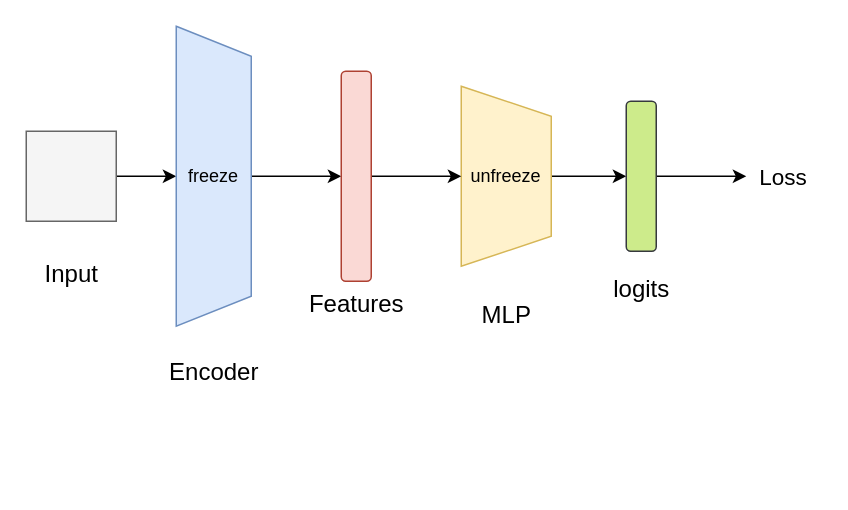
This is test.drawio from infiniteaim/Repository-from-Anonus, a draw.io file, before an edit. Source tidied: cells renumbered, new cells numbered last; positions are measured from the earlier drawing's top-left corner, leaving out a move shared by most shapes. Both pictures are drawn from the tidied source at 150%, with x=0, y=0 at pixel (26, 26).
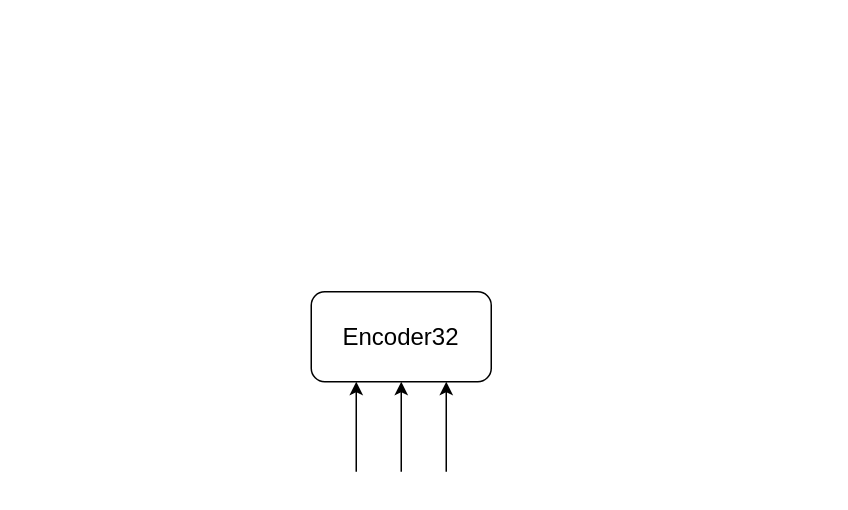
After the change.

Change to the diagram source:
```diff
@@
 <mxGraphModel>
   <root>
     <mxCell id="0" />
     <mxCell id="1" parent="0" />
-    <mxCell id="2" style="edgeStyle=orthogonalEdgeStyle;rounded=0;jettySize=auto;html=1;entryX=0.5;entryY=1;entryDx=0;entryDy=0;" parent="1" edge="1" source="3" target="6">
-      <mxGeometry relative="1" as="geometry" />
-    </mxCell>
-    <mxCell id="3" style="rounded=0;whiteSpace=wrap;html=1;fillColor=#f5f5f5;fontColor=#333333;strokeColor=#666666;" parent="1" vertex="1">
-      <mxGeometry y="70" width="60" height="60" as="geometry" />
-    </mxCell>
-    <mxCell id="4" value="&lt;font style=&quot;font-size: 16px;&quot;&gt;Input&lt;/font&gt;" style="text;html=1;align=center;verticalAlign=middle;strokeColor=none;fillColor=none;" parent="1" vertex="1">
-      <mxGeometry y="150" width="60" height="30" as="geometry" />
-    </mxCell>
-    <mxCell id="5" style="edgeStyle=orthogonalEdgeStyle;rounded=0;jettySize=auto;html=1;entryX=0;entryY=0.5;entryDx=0;entryDy=0;" parent="1" edge="1" source="6" target="13">
-      <mxGeometry relative="1" as="geometry" />
-    </mxCell>
-    <mxCell id="6" value="freeze" style="shape=trapezoid;perimeter=trapezoidPerimeter;whiteSpace=wrap;html=1;fixedSize=1;direction=south;fillColor=#dae8fc;strokeColor=#6c8ebf;" parent="1" vertex="1">
-      <mxGeometry x="100" width="50" height="200" as="geometry" />
-    </mxCell>
-    <mxCell id="7" style="edgeStyle=orthogonalEdgeStyle;rounded=0;jettySize=auto;html=1;entryX=0;entryY=0.5;entryDx=0;entryDy=0;" parent="1" edge="1" source="8" target="15">
-      <mxGeometry relative="1" as="geometry" />
-    </mxCell>
-    <mxCell id="8" value="unfreeze" style="shape=trapezoid;perimeter=trapezoidPerimeter;whiteSpace=wrap;html=1;fixedSize=1;direction=south;fillColor=#fff2cc;strokeColor=#d6b656;" parent="1" vertex="1">
-      <mxGeometry x="290" y="40" width="60" height="120" as="geometry" />
-    </mxCell>
-    <mxCell id="9" style="edgeStyle=orthogonalEdgeStyle;rounded=0;jettySize=auto;html=1;exitX=1;exitY=0.5;exitDx=0;exitDy=0;entryX=0;entryY=0.5;entryDx=0;entryDy=0;" parent="1" edge="1" source="15" target="17">
-      <mxGeometry relative="1" as="geometry" />
-    </mxCell>
-    <mxCell id="10" value="&lt;font style=&quot;font-size: 16px;&quot;&gt;Encoder&lt;/font&gt;" style="text;html=1;align=center;verticalAlign=middle;strokeColor=none;fillColor=none;" parent="1" vertex="1">
-      <mxGeometry x="85" y="215" width="80" height="30" as="geometry" />
-    </mxCell>
-    <mxCell id="11" value="&lt;font style=&quot;font-size: 16px;&quot;&gt;MLP&lt;/font&gt;" style="text;html=1;align=center;verticalAlign=middle;strokeColor=none;fillColor=none;" parent="1" vertex="1">
-      <mxGeometry x="290" y="177" width="60" height="30" as="geometry" />
-    </mxCell>
-    <mxCell id="12" style="edgeStyle=orthogonalEdgeStyle;rounded=0;jettySize=auto;html=1;entryX=0.5;entryY=1;entryDx=0;entryDy=0;" parent="1" edge="1" source="13" target="8">
-      <mxGeometry relative="1" as="geometry" />
-    </mxCell>
-    <mxCell id="13" style="rounded=1;whiteSpace=wrap;html=1;fillColor=#fad9d5;strokeColor=#ae4132;" parent="1" vertex="1">
-      <mxGeometry x="210" y="30" width="20" height="140" as="geometry" />
-    </mxCell>
-    <mxCell id="14" value="&lt;font style=&quot;font-size: 16px;&quot;&gt;Features&lt;/font&gt;" style="text;html=1;align=center;verticalAlign=middle;strokeColor=none;fillColor=none;" parent="1" vertex="1">
-      <mxGeometry x="175" y="170" width="90" height="30" as="geometry" />
-    </mxCell>
-    <mxCell id="15" style="rounded=1;whiteSpace=wrap;html=1;fillColor=#cdeb8b;strokeColor=#36393d;" parent="1" vertex="1">
-      <mxGeometry x="400" y="50" width="20" height="100" as="geometry" />
-    </mxCell>
-    <mxCell id="16" value="&lt;span style=&quot;font-size: 16px;&quot;&gt;logits&lt;/span&gt;" style="text;html=1;align=center;verticalAlign=middle;strokeColor=none;fillColor=none;" parent="1" vertex="1">
-      <mxGeometry x="380" y="160" width="60" height="30" as="geometry" />
-    </mxCell>
-    <mxCell id="17" value="&lt;font style=&quot;font-size: 15px;&quot;&gt;Loss&lt;/font&gt;" style="text;html=1;align=center;verticalAlign=middle;whiteSpace=wrap;rounded=0;" parent="1" vertex="1">
-      <mxGeometry x="480" y="85" width="50" height="30" as="geometry" />
-    </mxCell>
+    <mxCell id="18" value="&lt;font style=&quot;font-size: 16px;&quot;&gt;Encoder32&lt;/font&gt;" style="rounded=1;whiteSpace=wrap;html=1;" parent="1" vertex="1">
+      <mxGeometry x="190" y="177" width="120" height="60" as="geometry" />
+    </mxCell>
+    <mxCell id="19" style="endArrow=classic;html=1;rounded=0;entryX=0.25;entryY=1;entryDx=0;entryDy=0;" parent="1" edge="1" target="18">
+      <mxGeometry relative="1" as="geometry">
+        <mxPoint x="220" y="297" as="sourcePoint" />
+      </mxGeometry>
+    </mxCell>
+    <mxCell id="20" style="endArrow=classic;html=1;rounded=0;entryX=0.5;entryY=1;entryDx=0;entryDy=0;" parent="1" edge="1" target="18">
+      <mxGeometry relative="1" as="geometry">
+        <mxPoint x="250" y="297" as="sourcePoint" />
+      </mxGeometry>
+    </mxCell>
+    <mxCell id="21" style="endArrow=classic;html=1;rounded=0;entryX=0.5;entryY=1;entryDx=0;entryDy=0;" parent="1" edge="1">
+      <mxGeometry relative="1" as="geometry">
+        <mxPoint x="280" y="297" as="sourcePoint" />
+        <mxPoint x="280" y="237" as="targetPoint" />
+      </mxGeometry>
+    </mxCell>
   </root>
 </mxGraphModel>
```
